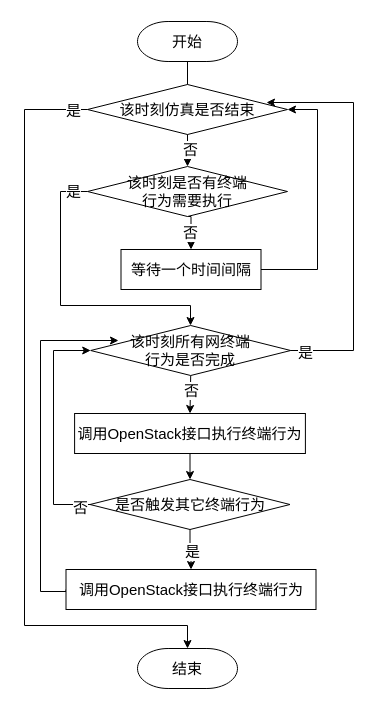
Earlier version of the draw.io diagram page "动态网络仿真总体流程" (1 of 7) of 网络控制技术_流程图.drawio (Icarus1994/neutron_conf). Source tidied: cells renumbered, new cells numbered last; positions are measured from the earlier drawing's top-left corner, leaving out a move shared by most shapes. Both pictures are drawn from the tidied source at 100%, with x=0, y=0 at pixel (24, 21).
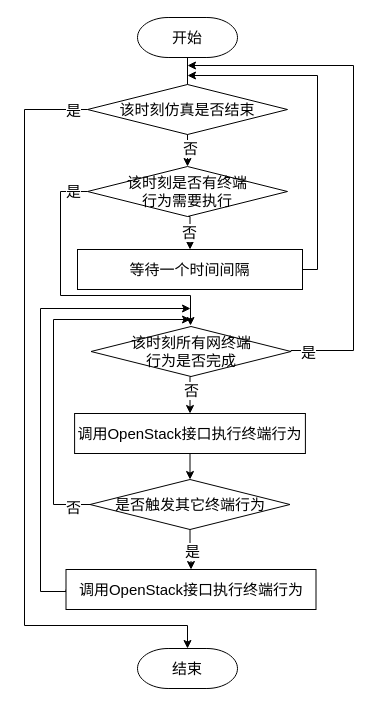
After the change.

The change refers to these unchanged cells:
```xml
<mxCell id="9" value="&lt;span style=&quot;font-size: 15px&quot;&gt;是否触发其它终端行为&lt;br style=&quot;font-size: 15px&quot;&gt;&lt;/span&gt;" style="strokeWidth=1;html=1;shape=mxgraph.flowchart.decision;whiteSpace=wrap;fontSize=15;" parent="1" vertex="1">
  <mxGeometry x="65.5" y="458" width="200" height="50" as="geometry" />
</mxCell>
<mxCell id="11" value="&lt;font style=&quot;font-size: 15px&quot;&gt;调用OpenStack接口执行终端行为&lt;/font&gt;" style="rounded=0;whiteSpace=wrap;html=1;strokeWidth=1;fontSize=15;" parent="1" vertex="1">
  <mxGeometry x="41.5" y="548" width="250" height="40" as="geometry" />
</mxCell>
<mxCell id="14" value="&lt;span style=&quot;font-size: 15px&quot;&gt;该时刻仿真是否结束&lt;br style=&quot;font-size: 15px&quot;&gt;&lt;/span&gt;" style="strokeWidth=1;html=1;shape=mxgraph.flowchart.decision;whiteSpace=wrap;fontSize=15;" parent="1" vertex="1">
  <mxGeometry x="63" y="63" width="200" height="50" as="geometry" />
</mxCell>
<mxCell id="25" value="该时刻是否有终端&lt;br&gt;行为&lt;span style=&quot;font-size: 15px&quot;&gt;需要执行&lt;br style=&quot;font-size: 15px&quot;&gt;&lt;/span&gt;" style="strokeWidth=1;html=1;shape=mxgraph.flowchart.decision;whiteSpace=wrap;fontSize=15;" parent="1" vertex="1">
  <mxGeometry x="63" y="145" width="200" height="50" as="geometry" />
</mxCell>
```

Change to the diagram source:
```diff
@@
     <mxCell id="4" value="开始" style="strokeWidth=1;html=1;shape=mxgraph.flowchart.terminator;whiteSpace=wrap;fontSize=15;" parent="1" vertex="1">
-      <mxGeometry x="113" width="100" height="40" as="geometry" />
+      <mxGeometry x="113" y="-4" width="100" height="40" as="geometry" />
     </mxCell>
@@
-    <mxCell id="7" style="edgeStyle=orthogonalEdgeStyle;rounded=0;jettySize=auto;html=1;exitX=0;exitY=0.5;exitDx=0;exitDy=0;exitPerimeter=0;entryX=0;entryY=0.5;entryDx=0;entryDy=0;entryPerimeter=0;fontSize=15;" parent="1" edge="1" source="9" target="20">
+    <mxCell id="7" style="edgeStyle=orthogonalEdgeStyle;rounded=0;jettySize=auto;html=1;exitX=0;exitY=0.5;exitDx=0;exitDy=0;exitPerimeter=0;fontSize=15;" parent="1" edge="1" source="9">
       <mxGeometry relative="1" as="geometry">
+        <mxPoint x="166" y="298" as="targetPoint" />
         <Array as="points">
           <mxPoint x="29" y="483" />
-          <mxPoint x="29" y="329" />
+          <mxPoint x="29" y="298" />
+          <mxPoint x="166" y="298" />
         </Array>
       </mxGeometry>
     </mxCell>
@@
-    <mxCell id="10" style="edgeStyle=orthogonalEdgeStyle;rounded=0;jettySize=auto;html=1;exitX=0;exitY=0.5;exitDx=0;exitDy=0;entryX=0.139;entryY=0.3;entryDx=0;entryDy=0;entryPerimeter=0;fontSize=15;" parent="1" edge="1" source="11" target="20">
+    <mxCell id="10" style="edgeStyle=orthogonalEdgeStyle;rounded=0;jettySize=auto;html=1;exitX=0;exitY=0.5;exitDx=0;exitDy=0;fontSize=15;" parent="1" edge="1" source="11">
       <mxGeometry relative="1" as="geometry">
+        <mxPoint x="166" y="287" as="targetPoint" />
         <Array as="points">
+          <mxPoint x="42" y="570" />
           <mxPoint x="16" y="570" />
-          <mxPoint x="16" y="319" />
+          <mxPoint x="16" y="287" />
         </Array>
       </mxGeometry>
     </mxCell>
@@
-    <mxCell id="18" style="edgeStyle=orthogonalEdgeStyle;rounded=0;jettySize=auto;html=1;exitX=1;exitY=0.5;exitDx=0;exitDy=0;exitPerimeter=0;entryX=0.895;entryY=0.36;entryDx=0;entryDy=0;entryPerimeter=0;fontSize=15;" parent="1" edge="1" source="20" target="14">
+    <mxCell id="18" style="edgeStyle=orthogonalEdgeStyle;rounded=0;jettySize=auto;html=1;exitX=1;exitY=0.5;exitDx=0;exitDy=0;exitPerimeter=0;fontSize=15;" parent="1" edge="1" source="20">
       <mxGeometry relative="1" as="geometry">
+        <mxPoint x="163" y="44" as="targetPoint" />
         <Array as="points">
+          <mxPoint x="267" y="329" />
           <mxPoint x="329" y="329" />
-          <mxPoint x="329" y="81" />
+          <mxPoint x="329" y="44" />
         </Array>
       </mxGeometry>
     </mxCell>
@@
     <mxCell id="20" value="&lt;span style=&quot;font-size: 15px&quot;&gt;该时刻所有网终端&lt;br&gt;行为是否完成&lt;br style=&quot;font-size: 15px&quot;&gt;&lt;/span&gt;" style="strokeWidth=1;html=1;shape=mxgraph.flowchart.decision;whiteSpace=wrap;fontSize=15;" parent="1" vertex="1">
-      <mxGeometry x="66.2" y="304" width="200" height="50" as="geometry" />
+      <mxGeometry x="66.5" y="305" width="200" height="50" as="geometry" />
     </mxCell>
@@
     <mxCell id="23" style="edgeStyle=orthogonalEdgeStyle;rounded=0;jettySize=auto;html=1;exitX=0;exitY=0.5;exitDx=0;exitDy=0;exitPerimeter=0;fontSize=15;" parent="1" edge="1" source="25">
       <mxGeometry relative="1" as="geometry">
         <mxPoint x="166" y="304" as="targetPoint" />
         <Array as="points">
           <mxPoint x="36" y="170" />
-          <mxPoint x="36" y="284" />
-          <mxPoint x="166" y="284" />
+          <mxPoint x="36" y="274" />
+          <mxPoint x="166" y="274" />
         </Array>
       </mxGeometry>
     </mxCell>
@@
-    <mxCell id="28" style="edgeStyle=orthogonalEdgeStyle;rounded=0;jettySize=auto;html=1;exitX=1;exitY=0.5;exitDx=0;exitDy=0;entryX=1;entryY=0.5;entryDx=0;entryDy=0;entryPerimeter=0;fontSize=15;" parent="1" edge="1" source="29" target="14">
+    <mxCell id="28" style="edgeStyle=orthogonalEdgeStyle;rounded=0;jettySize=auto;html=1;exitX=1;exitY=0.5;exitDx=0;exitDy=0;fontSize=15;" parent="1" edge="1" source="29">
       <mxGeometry relative="1" as="geometry">
+        <mxPoint x="163" y="54" as="targetPoint" />
         <Array as="points">
           <mxPoint x="293" y="248" />
-          <mxPoint x="293" y="88" />
+          <mxPoint x="293" y="54" />
         </Array>
       </mxGeometry>
     </mxCell>
     <mxCell id="29" value="&lt;font style=&quot;font-size: 15px&quot;&gt;等待一个时间间隔&lt;/font&gt;" style="rounded=0;whiteSpace=wrap;html=1;strokeWidth=1;fontSize=15;" parent="1" vertex="1">
-      <mxGeometry x="96.5" y="228" width="140" height="40" as="geometry" />
+      <mxGeometry x="53" y="228" width="225" height="40" as="geometry" />
     </mxCell>
```
